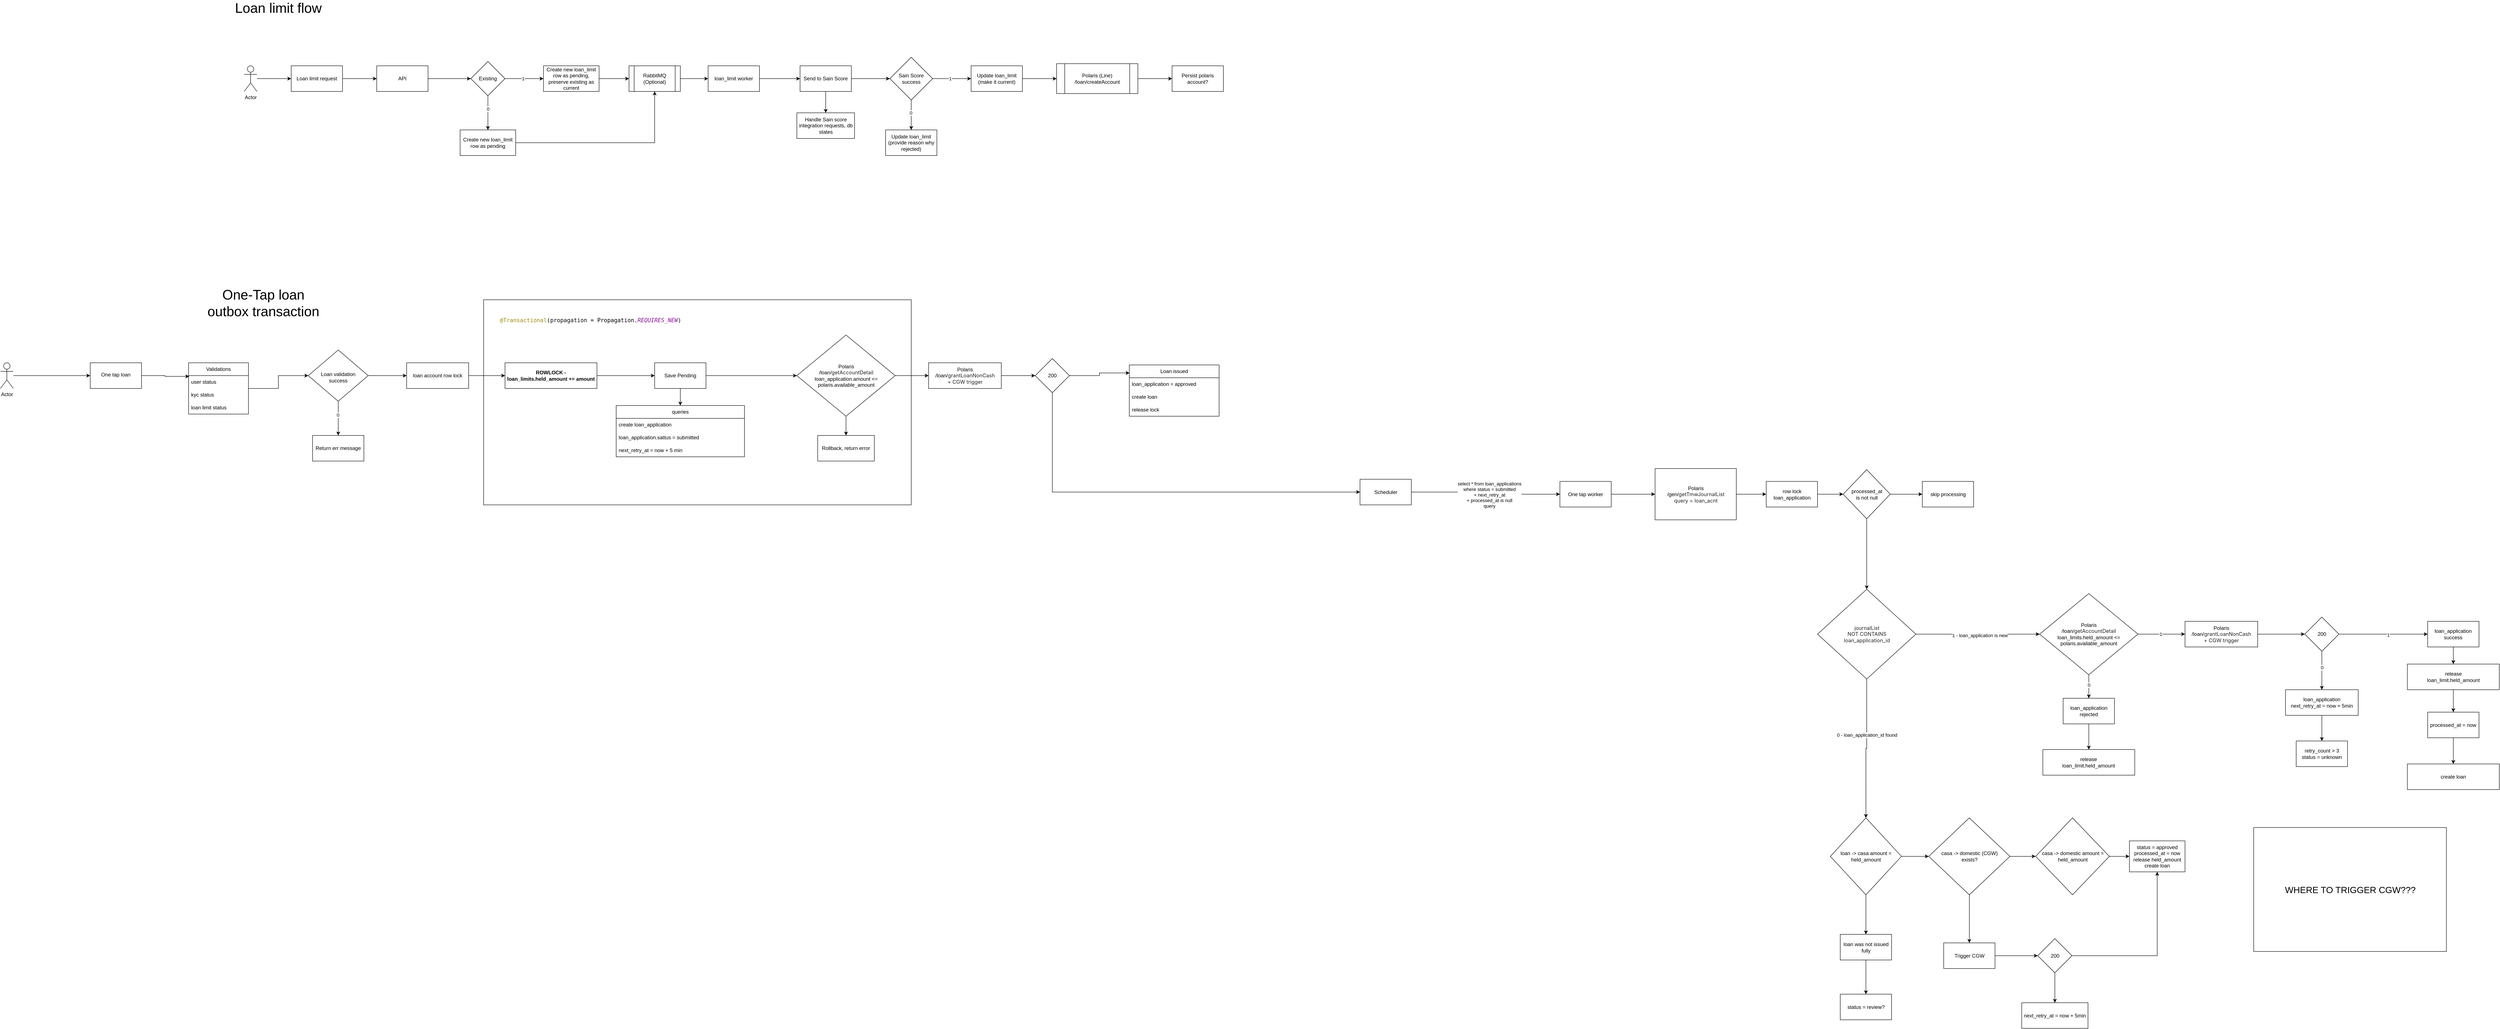
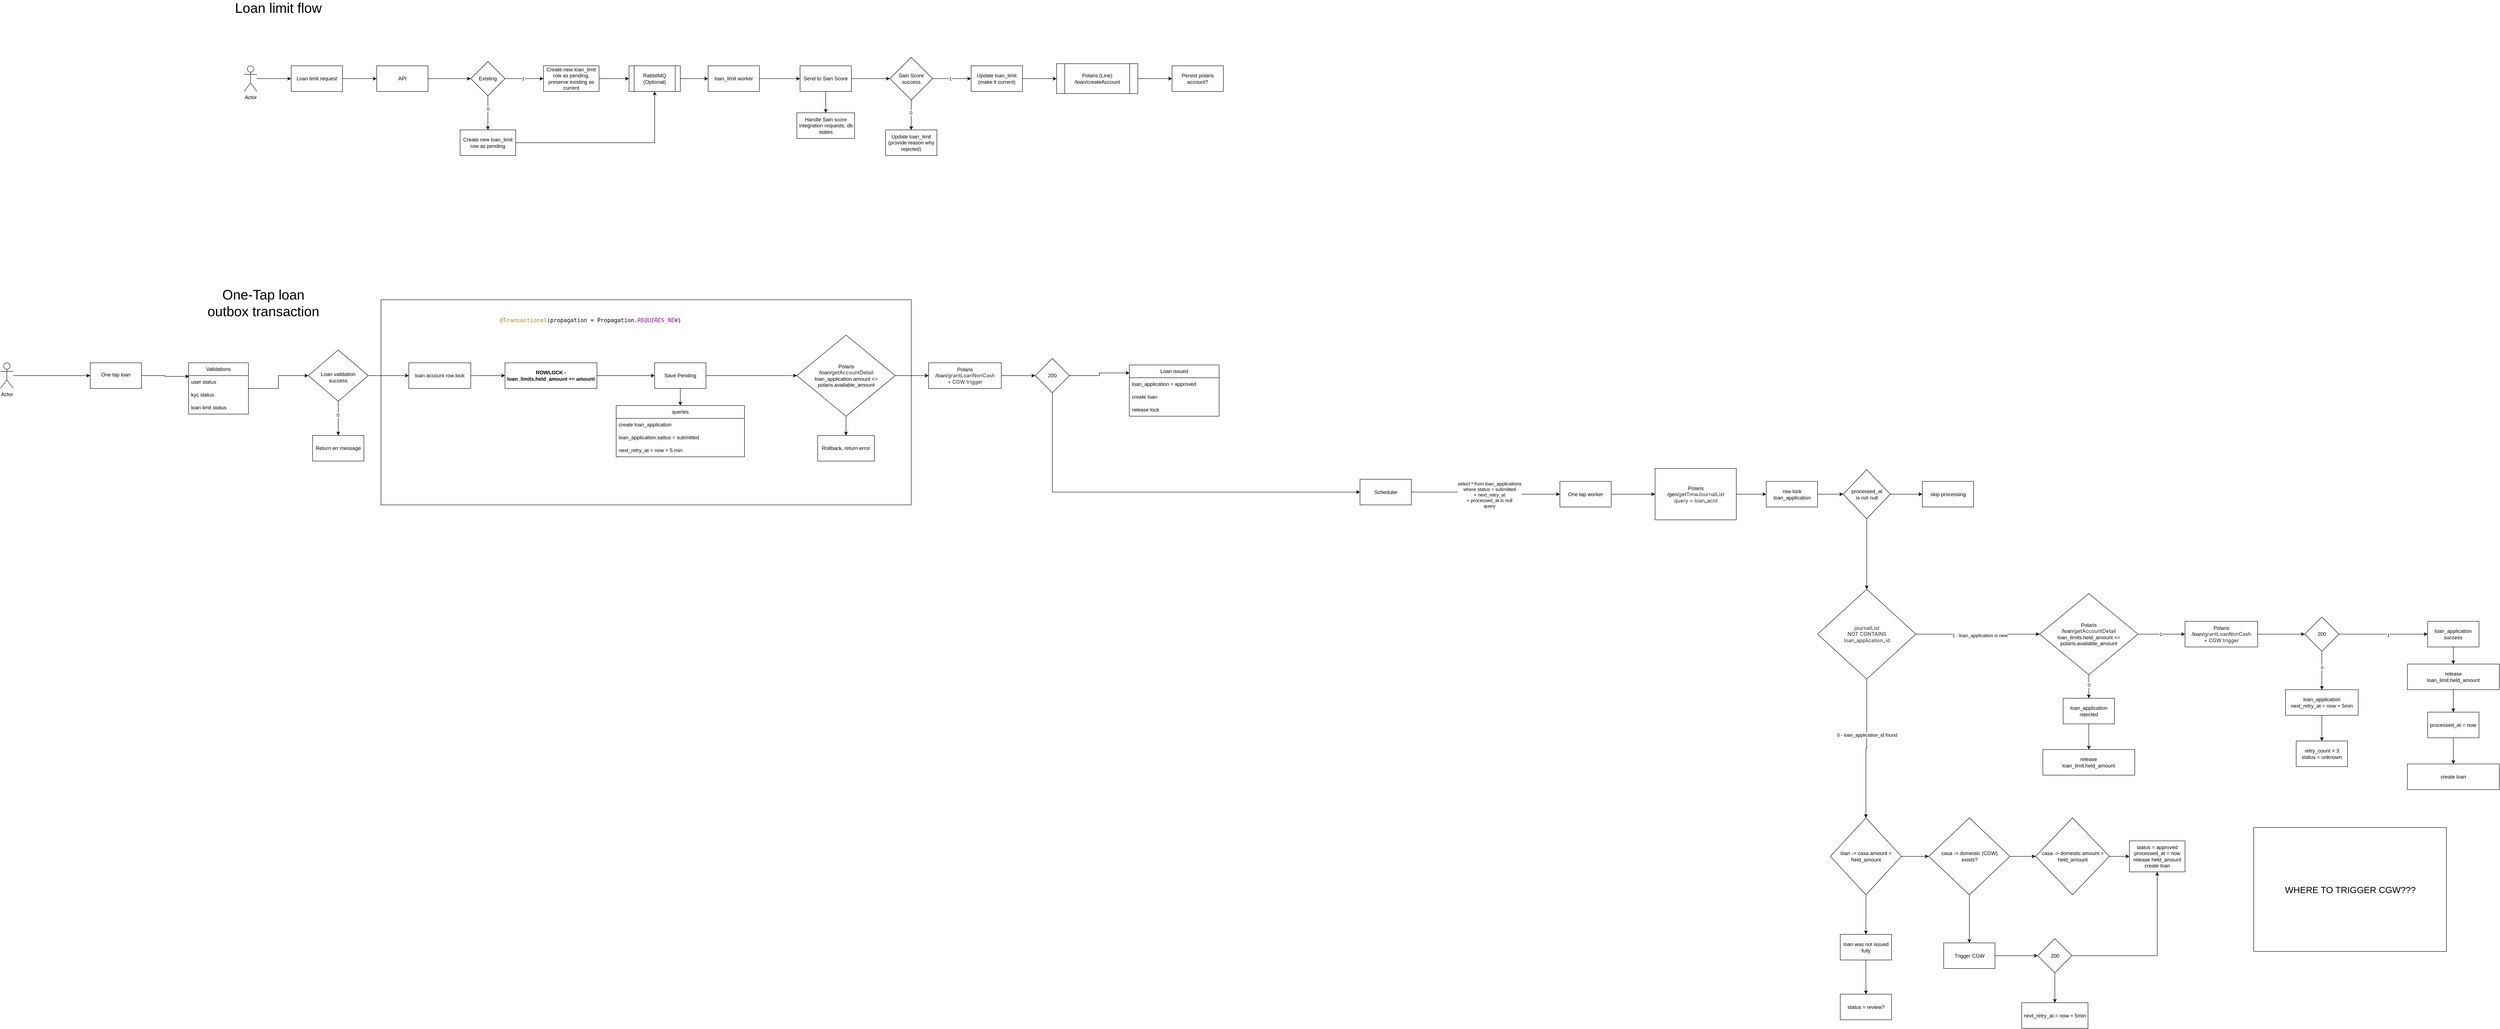
<mxfile host="app.diagrams.net">
  <diagram name="Page-1" id="VCBSuIh8bz7kurrQ0Zaz">
    <mxGraphModel dx="2259" dy="824" grid="1" gridSize="10" guides="1" tooltips="1" connect="1" arrows="1" fold="1" page="1" pageScale="1" pageWidth="850" pageHeight="1100" math="0" shadow="0">
      <root>
        <mxCell id="0" />
        <mxCell id="1" parent="0" />
        <mxCell id="In8fDh9ZLN2M87an2Miy-172" parent="1" style="rounded=0;whiteSpace=wrap;html=1;" value="" vertex="1">
-           <mxGeometry height="480" width="1000" x="600" y="757.5" as="geometry" />
+           <mxGeometry height="480" width="1240" x="360" y="757.5" as="geometry" />
        </mxCell>
        <mxCell id="KqixbsF9o6dLofBvsG9t-5" edge="1" parent="1" source="KqixbsF9o6dLofBvsG9t-1" style="edgeStyle=orthogonalEdgeStyle;rounded=0;orthogonalLoop=1;jettySize=auto;html=1;" target="KqixbsF9o6dLofBvsG9t-4" value="">
          <mxGeometry relative="1" as="geometry" />
        </mxCell>
        <mxCell id="KqixbsF9o6dLofBvsG9t-1" parent="1" style="rounded=0;whiteSpace=wrap;html=1;" value="Loan limit request" vertex="1">
          <mxGeometry height="60" width="120" x="150" y="210" as="geometry" />
        </mxCell>
        <mxCell id="KqixbsF9o6dLofBvsG9t-3" edge="1" parent="1" source="KqixbsF9o6dLofBvsG9t-2" style="edgeStyle=orthogonalEdgeStyle;rounded=0;orthogonalLoop=1;jettySize=auto;html=1;" target="KqixbsF9o6dLofBvsG9t-1" value="">
          <mxGeometry relative="1" as="geometry" />
        </mxCell>
        <mxCell id="KqixbsF9o6dLofBvsG9t-2" parent="1" style="shape=umlActor;verticalLabelPosition=bottom;verticalAlign=top;html=1;outlineConnect=0;" value="Actor" vertex="1">
          <mxGeometry height="60" width="30" x="40" y="210" as="geometry" />
        </mxCell>
        <mxCell id="KqixbsF9o6dLofBvsG9t-9" edge="1" parent="1" source="KqixbsF9o6dLofBvsG9t-4" style="edgeStyle=orthogonalEdgeStyle;rounded=0;orthogonalLoop=1;jettySize=auto;html=1;" target="KqixbsF9o6dLofBvsG9t-8" value="">
          <mxGeometry relative="1" as="geometry" />
        </mxCell>
        <mxCell id="KqixbsF9o6dLofBvsG9t-4" parent="1" style="rounded=0;whiteSpace=wrap;html=1;" value="API" vertex="1">
          <mxGeometry height="60" width="120" x="350" y="210" as="geometry" />
        </mxCell>
        <mxCell id="KqixbsF9o6dLofBvsG9t-11" edge="1" parent="1" source="KqixbsF9o6dLofBvsG9t-8" style="edgeStyle=orthogonalEdgeStyle;rounded=0;orthogonalLoop=1;jettySize=auto;html=1;" target="KqixbsF9o6dLofBvsG9t-10" value="">
          <mxGeometry relative="1" as="geometry" />
        </mxCell>
        <mxCell id="KqixbsF9o6dLofBvsG9t-12" connectable="0" parent="KqixbsF9o6dLofBvsG9t-11" style="edgeLabel;html=1;align=center;verticalAlign=middle;resizable=0;points=[];" value="1" vertex="1">
          <mxGeometry relative="1" x="-0.079" as="geometry">
            <mxPoint as="offset" />
          </mxGeometry>
        </mxCell>
        <mxCell id="KqixbsF9o6dLofBvsG9t-14" edge="1" parent="1" source="KqixbsF9o6dLofBvsG9t-8" style="edgeStyle=orthogonalEdgeStyle;rounded=0;orthogonalLoop=1;jettySize=auto;html=1;" target="KqixbsF9o6dLofBvsG9t-13" value="">
          <mxGeometry relative="1" as="geometry" />
        </mxCell>
        <mxCell id="KqixbsF9o6dLofBvsG9t-15" connectable="0" parent="KqixbsF9o6dLofBvsG9t-14" style="edgeLabel;html=1;align=center;verticalAlign=middle;resizable=0;points=[];" value="0" vertex="1">
          <mxGeometry relative="1" x="-0.2407" as="geometry">
            <mxPoint as="offset" />
          </mxGeometry>
        </mxCell>
        <mxCell id="KqixbsF9o6dLofBvsG9t-8" parent="1" style="rhombus;whiteSpace=wrap;html=1;rounded=0;" value="Existing" vertex="1">
          <mxGeometry height="80" width="80" x="570" y="200" as="geometry" />
        </mxCell>
        <mxCell id="KqixbsF9o6dLofBvsG9t-23" edge="1" parent="1" source="KqixbsF9o6dLofBvsG9t-10" style="edgeStyle=orthogonalEdgeStyle;rounded=0;orthogonalLoop=1;jettySize=auto;html=1;" target="KqixbsF9o6dLofBvsG9t-22" value="">
          <mxGeometry relative="1" as="geometry" />
        </mxCell>
        <mxCell id="KqixbsF9o6dLofBvsG9t-10" parent="1" style="whiteSpace=wrap;html=1;rounded=0;" value="Create new loan_limit row as pending, preserve existing as current" vertex="1">
          <mxGeometry height="60" width="130" x="740" y="210" as="geometry" />
        </mxCell>
        <mxCell id="KqixbsF9o6dLofBvsG9t-26" edge="1" parent="1" source="KqixbsF9o6dLofBvsG9t-13" style="edgeStyle=orthogonalEdgeStyle;rounded=0;orthogonalLoop=1;jettySize=auto;html=1;entryX=0.5;entryY=1;entryDx=0;entryDy=0;" target="KqixbsF9o6dLofBvsG9t-22">
          <mxGeometry relative="1" as="geometry" />
        </mxCell>
        <mxCell id="KqixbsF9o6dLofBvsG9t-13" parent="1" style="whiteSpace=wrap;html=1;rounded=0;" value="Create new loan_limit row as pending" vertex="1">
          <mxGeometry height="60" width="130" x="545" y="360" as="geometry" />
        </mxCell>
        <mxCell id="KqixbsF9o6dLofBvsG9t-25" edge="1" parent="1" source="KqixbsF9o6dLofBvsG9t-22" style="edgeStyle=orthogonalEdgeStyle;rounded=0;orthogonalLoop=1;jettySize=auto;html=1;" target="KqixbsF9o6dLofBvsG9t-24" value="">
          <mxGeometry relative="1" as="geometry" />
        </mxCell>
        <mxCell id="KqixbsF9o6dLofBvsG9t-22" parent="1" style="shape=process;whiteSpace=wrap;html=1;backgroundOutline=1;rounded=0;" value="RabbitMQ (Optional)" vertex="1">
          <mxGeometry height="60" width="120" x="940" y="210" as="geometry" />
        </mxCell>
        <mxCell id="KqixbsF9o6dLofBvsG9t-28" edge="1" parent="1" source="KqixbsF9o6dLofBvsG9t-24" style="edgeStyle=orthogonalEdgeStyle;rounded=0;orthogonalLoop=1;jettySize=auto;html=1;" target="KqixbsF9o6dLofBvsG9t-27" value="">
          <mxGeometry relative="1" as="geometry" />
        </mxCell>
        <mxCell id="KqixbsF9o6dLofBvsG9t-24" parent="1" style="whiteSpace=wrap;html=1;rounded=0;" value="loan_limit worker" vertex="1">
          <mxGeometry height="60" width="120" x="1125" y="210" as="geometry" />
        </mxCell>
        <mxCell id="KqixbsF9o6dLofBvsG9t-30" edge="1" parent="1" source="KqixbsF9o6dLofBvsG9t-27" style="edgeStyle=orthogonalEdgeStyle;rounded=0;orthogonalLoop=1;jettySize=auto;html=1;" target="KqixbsF9o6dLofBvsG9t-29" value="">
          <mxGeometry relative="1" as="geometry" />
        </mxCell>
        <mxCell id="KqixbsF9o6dLofBvsG9t-38" edge="1" parent="1" source="KqixbsF9o6dLofBvsG9t-27" style="edgeStyle=orthogonalEdgeStyle;rounded=0;orthogonalLoop=1;jettySize=auto;html=1;" target="KqixbsF9o6dLofBvsG9t-37" value="">
          <mxGeometry relative="1" as="geometry" />
        </mxCell>
        <mxCell id="KqixbsF9o6dLofBvsG9t-27" parent="1" style="whiteSpace=wrap;html=1;rounded=0;" value="Send to Sain Score" vertex="1">
          <mxGeometry height="60" width="120" x="1340" y="210" as="geometry" />
        </mxCell>
        <mxCell id="KqixbsF9o6dLofBvsG9t-32" edge="1" parent="1" source="KqixbsF9o6dLofBvsG9t-29" style="edgeStyle=orthogonalEdgeStyle;rounded=0;orthogonalLoop=1;jettySize=auto;html=1;" target="KqixbsF9o6dLofBvsG9t-31" value="">
          <mxGeometry relative="1" as="geometry" />
        </mxCell>
        <mxCell id="KqixbsF9o6dLofBvsG9t-33" connectable="0" parent="KqixbsF9o6dLofBvsG9t-32" style="edgeLabel;html=1;align=center;verticalAlign=middle;resizable=0;points=[];" value="1" vertex="1">
          <mxGeometry relative="1" x="-0.1048" as="geometry">
            <mxPoint as="offset" />
          </mxGeometry>
        </mxCell>
        <mxCell id="KqixbsF9o6dLofBvsG9t-35" edge="1" parent="1" source="KqixbsF9o6dLofBvsG9t-29" style="edgeStyle=orthogonalEdgeStyle;rounded=0;orthogonalLoop=1;jettySize=auto;html=1;" target="KqixbsF9o6dLofBvsG9t-34" value="">
          <mxGeometry relative="1" as="geometry" />
        </mxCell>
        <mxCell id="KqixbsF9o6dLofBvsG9t-36" connectable="0" parent="KqixbsF9o6dLofBvsG9t-35" style="edgeLabel;html=1;align=center;verticalAlign=middle;resizable=0;points=[];" value="0" vertex="1">
          <mxGeometry relative="1" x="-0.1429" y="-1" as="geometry">
            <mxPoint as="offset" />
          </mxGeometry>
        </mxCell>
        <mxCell id="KqixbsF9o6dLofBvsG9t-29" parent="1" style="rhombus;whiteSpace=wrap;html=1;rounded=0;" value="Sain Score success" vertex="1">
          <mxGeometry height="100" width="100" x="1550" y="190" as="geometry" />
        </mxCell>
        <mxCell id="KqixbsF9o6dLofBvsG9t-66" edge="1" parent="1" source="KqixbsF9o6dLofBvsG9t-31" style="edgeStyle=orthogonalEdgeStyle;rounded=0;orthogonalLoop=1;jettySize=auto;html=1;" target="KqixbsF9o6dLofBvsG9t-65" value="">
          <mxGeometry relative="1" as="geometry" />
        </mxCell>
        <mxCell id="KqixbsF9o6dLofBvsG9t-31" parent="1" style="whiteSpace=wrap;html=1;rounded=0;" value="Update loan_limit (make it current)" vertex="1">
          <mxGeometry height="60" width="120" x="1740" y="210" as="geometry" />
        </mxCell>
        <mxCell id="KqixbsF9o6dLofBvsG9t-34" parent="1" style="whiteSpace=wrap;html=1;rounded=0;" value="Update loan_limit&lt;br&gt;(provide reason why rejected)" vertex="1">
          <mxGeometry height="60" width="120" x="1540" y="360" as="geometry" />
        </mxCell>
        <mxCell id="KqixbsF9o6dLofBvsG9t-37" parent="1" style="whiteSpace=wrap;html=1;rounded=0;" value="Handle Sain score integration requests, db states" vertex="1">
          <mxGeometry height="60" width="135" x="1332.5" y="320" as="geometry" />
        </mxCell>
        <mxCell id="KqixbsF9o6dLofBvsG9t-40" parent="1" style="text;html=1;whiteSpace=wrap;strokeColor=none;fillColor=none;align=center;verticalAlign=middle;rounded=0;fontSize=32;" value="Loan limit flow" vertex="1">
          <mxGeometry height="30" width="260" x="-10" y="60" as="geometry" />
        </mxCell>
        <mxCell id="KqixbsF9o6dLofBvsG9t-74" edge="1" parent="1" source="KqixbsF9o6dLofBvsG9t-65" style="edgeStyle=orthogonalEdgeStyle;rounded=0;orthogonalLoop=1;jettySize=auto;html=1;" target="KqixbsF9o6dLofBvsG9t-73" value="">
          <mxGeometry relative="1" as="geometry" />
        </mxCell>
        <mxCell id="KqixbsF9o6dLofBvsG9t-65" parent="1" style="shape=process;whiteSpace=wrap;html=1;backgroundOutline=1;rounded=0;" value="Polaris (Line)&lt;br&gt;/loan/createAccount" vertex="1">
          <mxGeometry height="70" width="190" x="1940" y="205" as="geometry" />
        </mxCell>
        <mxCell id="KqixbsF9o6dLofBvsG9t-73" parent="1" style="whiteSpace=wrap;html=1;rounded=0;" value="Persist polaris account?" vertex="1">
          <mxGeometry height="60" width="120" x="2210" y="210" as="geometry" />
        </mxCell>
        <mxCell id="U8Ajh8Gpa-m2DNKNFQys-1" parent="1" style="text;html=1;whiteSpace=wrap;strokeColor=none;fillColor=none;align=center;verticalAlign=middle;rounded=0;fontSize=32;" value="One-Tap loan&lt;br&gt;outbox transaction" vertex="1">
          <mxGeometry height="30" width="470" x="-150" y="750" as="geometry" />
        </mxCell>
        <mxCell id="In8fDh9ZLN2M87an2Miy-1" edge="1" parent="1" source="In8fDh9ZLN2M87an2Miy-2" style="edgeStyle=orthogonalEdgeStyle;rounded=0;orthogonalLoop=1;jettySize=auto;html=1;" target="In8fDh9ZLN2M87an2Miy-4" value="">
          <mxGeometry relative="1" as="geometry" />
        </mxCell>
        <mxCell id="In8fDh9ZLN2M87an2Miy-2" parent="1" style="shape=umlActor;verticalLabelPosition=bottom;verticalAlign=top;html=1;outlineConnect=0;" value="Actor" vertex="1">
          <mxGeometry height="60" width="30" x="-530" y="905" as="geometry" />
        </mxCell>
        <mxCell id="In8fDh9ZLN2M87an2Miy-3" edge="1" parent="1" source="In8fDh9ZLN2M87an2Miy-4" style="edgeStyle=orthogonalEdgeStyle;rounded=0;orthogonalLoop=1;jettySize=auto;html=1;entryX=0.011;entryY=0.06;entryDx=0;entryDy=0;entryPerimeter=0;" target="In8fDh9ZLN2M87an2Miy-28" value="">
          <mxGeometry relative="1" as="geometry">
            <mxPoint x="-110" y="935" as="targetPoint" />
          </mxGeometry>
        </mxCell>
        <mxCell id="In8fDh9ZLN2M87an2Miy-4" parent="1" style="whiteSpace=wrap;html=1;verticalAlign=top;" value="&lt;div&gt;&lt;br&gt;&lt;/div&gt;&lt;div&gt;One tap loan&lt;/div&gt;" vertex="1">
          <mxGeometry height="60" width="120" x="-320" y="905" as="geometry" />
        </mxCell>
        <mxCell id="In8fDh9ZLN2M87an2Miy-7" edge="1" parent="1" source="In8fDh9ZLN2M87an2Miy-9" style="edgeStyle=orthogonalEdgeStyle;rounded=0;orthogonalLoop=1;jettySize=auto;html=1;" target="In8fDh9ZLN2M87an2Miy-13" value="">
          <mxGeometry relative="1" as="geometry" />
        </mxCell>
        <mxCell id="In8fDh9ZLN2M87an2Miy-8" connectable="0" parent="In8fDh9ZLN2M87an2Miy-7" style="edgeLabel;html=1;align=center;verticalAlign=middle;resizable=0;points=[];" value="0" vertex="1">
          <mxGeometry relative="1" x="-0.2091" y="-1" as="geometry">
            <mxPoint as="offset" />
          </mxGeometry>
        </mxCell>
        <mxCell id="In8fDh9ZLN2M87an2Miy-163" edge="1" parent="1" source="In8fDh9ZLN2M87an2Miy-9" style="edgeStyle=orthogonalEdgeStyle;rounded=0;orthogonalLoop=1;jettySize=auto;html=1;entryX=0;entryY=0.5;entryDx=0;entryDy=0;" target="In8fDh9ZLN2M87an2Miy-161">
          <mxGeometry relative="1" as="geometry" />
        </mxCell>
        <mxCell id="In8fDh9ZLN2M87an2Miy-9" parent="1" style="rhombus;whiteSpace=wrap;html=1;verticalAlign=top;" value="&lt;br&gt;&lt;br&gt;&lt;div&gt;&lt;br&gt;&lt;/div&gt;&lt;div&gt;Loan validation&lt;br&gt;success&lt;/div&gt;" vertex="1">
          <mxGeometry height="120" width="140" x="190" y="875" as="geometry" />
        </mxCell>
        <mxCell id="In8fDh9ZLN2M87an2Miy-10" edge="1" parent="1" source="In8fDh9ZLN2M87an2Miy-12" style="edgeStyle=orthogonalEdgeStyle;rounded=0;orthogonalLoop=1;jettySize=auto;html=1;entryX=0.5;entryY=0;entryDx=0;entryDy=0;" target="In8fDh9ZLN2M87an2Miy-14">
          <mxGeometry relative="1" as="geometry" />
        </mxCell>
        <mxCell id="In8fDh9ZLN2M87an2Miy-54" edge="1" parent="1" source="In8fDh9ZLN2M87an2Miy-105" style="edgeStyle=orthogonalEdgeStyle;rounded=0;orthogonalLoop=1;jettySize=auto;html=1;exitX=1;exitY=0.5;exitDx=0;exitDy=0;" target="In8fDh9ZLN2M87an2Miy-53" value="">
          <mxGeometry relative="1" as="geometry">
            <mxPoint x="2859.5" y="1212.5" as="sourcePoint" />
          </mxGeometry>
        </mxCell>
        <mxCell id="In8fDh9ZLN2M87an2Miy-55" connectable="0" parent="In8fDh9ZLN2M87an2Miy-54" style="edgeLabel;html=1;align=center;verticalAlign=middle;resizable=0;points=[];" value="select * from loan_applications&lt;br&gt;where status = submitted&lt;br&gt;+ next_retry_at&lt;br&gt;+ processed_at is null&lt;br&gt;query" vertex="1">
          <mxGeometry relative="1" x="0.0637" y="-1" as="geometry">
            <mxPoint as="offset" />
          </mxGeometry>
        </mxCell>
        <mxCell id="In8fDh9ZLN2M87an2Miy-173" edge="1" parent="1" source="In8fDh9ZLN2M87an2Miy-12" style="edgeStyle=orthogonalEdgeStyle;rounded=0;orthogonalLoop=1;jettySize=auto;html=1;entryX=0;entryY=0.5;entryDx=0;entryDy=0;" target="In8fDh9ZLN2M87an2Miy-152">
          <mxGeometry relative="1" as="geometry" />
        </mxCell>
        <mxCell id="In8fDh9ZLN2M87an2Miy-12" parent="1" style="whiteSpace=wrap;html=1;verticalAlign=middle;" value="Save Pending" vertex="1">
          <mxGeometry height="60" width="120" x="1000" y="905" as="geometry" />
        </mxCell>
        <mxCell id="In8fDh9ZLN2M87an2Miy-13" parent="1" style="whiteSpace=wrap;html=1;verticalAlign=middle;" value="Return err message" vertex="1">
          <mxGeometry height="60" width="120" x="200" y="1075" as="geometry" />
        </mxCell>
        <mxCell id="In8fDh9ZLN2M87an2Miy-14" parent="1" style="swimlane;fontStyle=0;childLayout=stackLayout;horizontal=1;startSize=30;horizontalStack=0;resizeParent=1;resizeParentMax=0;resizeLast=0;collapsible=1;marginBottom=0;whiteSpace=wrap;html=1;" value="queries" vertex="1">
          <mxGeometry height="120" width="300" x="910" y="1005" as="geometry" />
        </mxCell>
        <mxCell id="In8fDh9ZLN2M87an2Miy-15" parent="In8fDh9ZLN2M87an2Miy-14" style="text;strokeColor=none;fillColor=none;align=left;verticalAlign=middle;spacingLeft=4;spacingRight=4;overflow=hidden;points=[[0,0.5],[1,0.5]];portConstraint=eastwest;rotatable=0;whiteSpace=wrap;html=1;" value="create loan_application" vertex="1">
          <mxGeometry height="30" width="300" y="30" as="geometry" />
        </mxCell>
        <mxCell id="In8fDh9ZLN2M87an2Miy-104" parent="In8fDh9ZLN2M87an2Miy-14" style="text;strokeColor=none;fillColor=none;align=left;verticalAlign=middle;spacingLeft=4;spacingRight=4;overflow=hidden;points=[[0,0.5],[1,0.5]];portConstraint=eastwest;rotatable=0;whiteSpace=wrap;html=1;" value="loan_application.sattus = submitted" vertex="1">
          <mxGeometry height="30" width="300" y="60" as="geometry" />
        </mxCell>
        <mxCell id="In8fDh9ZLN2M87an2Miy-17" parent="In8fDh9ZLN2M87an2Miy-14" style="text;strokeColor=none;fillColor=none;align=left;verticalAlign=middle;spacingLeft=4;spacingRight=4;overflow=hidden;points=[[0,0.5],[1,0.5]];portConstraint=eastwest;rotatable=0;whiteSpace=wrap;html=1;" value="next_retry_at = now + 5 min" vertex="1">
          <mxGeometry height="30" width="300" y="90" as="geometry" />
        </mxCell>
        <mxCell id="In8fDh9ZLN2M87an2Miy-32" edge="1" parent="1" source="In8fDh9ZLN2M87an2Miy-27" style="edgeStyle=orthogonalEdgeStyle;rounded=0;orthogonalLoop=1;jettySize=auto;html=1;entryX=0;entryY=0.5;entryDx=0;entryDy=0;" target="In8fDh9ZLN2M87an2Miy-9">
          <mxGeometry relative="1" as="geometry" />
        </mxCell>
        <mxCell id="In8fDh9ZLN2M87an2Miy-27" parent="1" style="swimlane;fontStyle=0;childLayout=stackLayout;horizontal=1;startSize=30;horizontalStack=0;resizeParent=1;resizeParentMax=0;resizeLast=0;collapsible=1;marginBottom=0;whiteSpace=wrap;html=1;" value="Validations" vertex="1">
          <mxGeometry height="120" width="140" x="-90" y="905" as="geometry" />
        </mxCell>
        <mxCell id="In8fDh9ZLN2M87an2Miy-28" parent="In8fDh9ZLN2M87an2Miy-27" style="text;strokeColor=none;fillColor=none;align=left;verticalAlign=middle;spacingLeft=4;spacingRight=4;overflow=hidden;points=[[0,0.5],[1,0.5]];portConstraint=eastwest;rotatable=0;whiteSpace=wrap;html=1;" value="user status" vertex="1">
          <mxGeometry height="30" width="140" y="30" as="geometry" />
        </mxCell>
        <mxCell id="In8fDh9ZLN2M87an2Miy-29" parent="In8fDh9ZLN2M87an2Miy-27" style="text;strokeColor=none;fillColor=none;align=left;verticalAlign=middle;spacingLeft=4;spacingRight=4;overflow=hidden;points=[[0,0.5],[1,0.5]];portConstraint=eastwest;rotatable=0;whiteSpace=wrap;html=1;" value="kyc status" vertex="1">
          <mxGeometry height="30" width="140" y="60" as="geometry" />
        </mxCell>
        <mxCell id="In8fDh9ZLN2M87an2Miy-33" parent="In8fDh9ZLN2M87an2Miy-27" style="text;strokeColor=none;fillColor=none;align=left;verticalAlign=middle;spacingLeft=4;spacingRight=4;overflow=hidden;points=[[0,0.5],[1,0.5]];portConstraint=eastwest;rotatable=0;whiteSpace=wrap;html=1;" value="loan limit status" vertex="1">
          <mxGeometry height="30" width="140" y="90" as="geometry" />
        </mxCell>
        <mxCell id="In8fDh9ZLN2M87an2Miy-116" edge="1" parent="1" source="In8fDh9ZLN2M87an2Miy-53" style="edgeStyle=orthogonalEdgeStyle;rounded=0;orthogonalLoop=1;jettySize=auto;html=1;entryX=0;entryY=0.5;entryDx=0;entryDy=0;" target="In8fDh9ZLN2M87an2Miy-68">
          <mxGeometry relative="1" as="geometry" />
        </mxCell>
        <mxCell id="In8fDh9ZLN2M87an2Miy-53" parent="1" style="whiteSpace=wrap;html=1;" value="One tap worker" vertex="1">
          <mxGeometry height="60" width="120" x="3117" y="1182.5" as="geometry" />
        </mxCell>
        <mxCell id="In8fDh9ZLN2M87an2Miy-67" edge="1" parent="1" source="In8fDh9ZLN2M87an2Miy-58" style="edgeStyle=orthogonalEdgeStyle;rounded=0;orthogonalLoop=1;jettySize=auto;html=1;entryX=0;entryY=0.5;entryDx=0;entryDy=0;" target="In8fDh9ZLN2M87an2Miy-66" value="">
          <mxGeometry relative="1" as="geometry">
            <mxPoint x="4873.87" y="1540" as="targetPoint" />
          </mxGeometry>
        </mxCell>
        <mxCell id="In8fDh9ZLN2M87an2Miy-58" parent="1" style="whiteSpace=wrap;html=1;" value="Polaris /loan/&lt;span style=&quot;color: rgb(33, 33, 33); font-family: Inter, system-ui, -apple-system, &amp;quot;system-ui&amp;quot;, &amp;quot;Segoe UI&amp;quot;, Roboto, Oxygen, Ubuntu, Cantarell, &amp;quot;Fira Sans&amp;quot;, &amp;quot;Droid Sans&amp;quot;, Helvetica, Arial, sans-serif; text-align: left; white-space: pre-wrap; background-color: rgb(255, 255, 255);&quot;&gt;grantLoanNonCash&lt;br/&gt;+ CGW trigger&lt;/span&gt;" vertex="1">
          <mxGeometry height="60" width="170" x="4578.87" y="1510" as="geometry" />
        </mxCell>
        <mxCell id="In8fDh9ZLN2M87an2Miy-62" edge="1" parent="1" source="In8fDh9ZLN2M87an2Miy-59" style="edgeStyle=orthogonalEdgeStyle;rounded=0;orthogonalLoop=1;jettySize=auto;html=1;" target="In8fDh9ZLN2M87an2Miy-61" value="">
          <mxGeometry relative="1" as="geometry" />
        </mxCell>
        <mxCell id="In8fDh9ZLN2M87an2Miy-91" connectable="0" parent="In8fDh9ZLN2M87an2Miy-62" style="edgeLabel;html=1;align=center;verticalAlign=middle;resizable=0;points=[];" value="0" vertex="1">
          <mxGeometry relative="1" x="-0.1431" as="geometry">
            <mxPoint as="offset" />
          </mxGeometry>
        </mxCell>
        <mxCell id="In8fDh9ZLN2M87an2Miy-65" edge="1" parent="1" source="In8fDh9ZLN2M87an2Miy-59" style="edgeStyle=orthogonalEdgeStyle;rounded=0;orthogonalLoop=1;jettySize=auto;html=1;" target="In8fDh9ZLN2M87an2Miy-58">
          <mxGeometry relative="1" as="geometry" />
        </mxCell>
        <mxCell id="In8fDh9ZLN2M87an2Miy-90" connectable="0" parent="In8fDh9ZLN2M87an2Miy-65" style="edgeLabel;html=1;align=center;verticalAlign=middle;resizable=0;points=[];" value="1" vertex="1">
          <mxGeometry relative="1" x="-0.0451" as="geometry">
            <mxPoint as="offset" />
          </mxGeometry>
        </mxCell>
        <mxCell id="In8fDh9ZLN2M87an2Miy-59" parent="1" style="rhombus;whiteSpace=wrap;html=1;" value="Polaris&lt;br&gt;/loan/&lt;span style=&quot;color: rgb(33, 33, 33); font-family: Inter, system-ui, -apple-system, &amp;quot;system-ui&amp;quot;, &amp;quot;Segoe UI&amp;quot;, Roboto, Oxygen, Ubuntu, Cantarell, &amp;quot;Fira Sans&amp;quot;, &amp;quot;Droid Sans&amp;quot;, Helvetica, Arial, sans-serif; text-align: left; white-space: pre-wrap; background-color: rgb(255, 255, 255);&quot;&gt;getAccountDetail&lt;/span&gt;&lt;br&gt;loan_limits.held_amount &amp;lt;= polaris.available_amount" vertex="1">
          <mxGeometry height="190" width="230" x="4238.87" y="1445" as="geometry" />
        </mxCell>
        <mxCell id="In8fDh9ZLN2M87an2Miy-64" edge="1" parent="1" source="In8fDh9ZLN2M87an2Miy-61" style="edgeStyle=orthogonalEdgeStyle;rounded=0;orthogonalLoop=1;jettySize=auto;html=1;" target="In8fDh9ZLN2M87an2Miy-63" value="">
          <mxGeometry relative="1" as="geometry" />
        </mxCell>
        <mxCell id="In8fDh9ZLN2M87an2Miy-61" parent="1" style="whiteSpace=wrap;html=1;" value="loan_application&lt;br&gt;rejected" vertex="1">
          <mxGeometry height="60" width="120" x="4293.87" y="1690" as="geometry" />
        </mxCell>
        <mxCell id="In8fDh9ZLN2M87an2Miy-63" parent="1" style="whiteSpace=wrap;html=1;" value="release &lt;br&gt;loan_limit.held_amount" vertex="1">
          <mxGeometry height="60" width="215" x="4246.37" y="1810" as="geometry" />
        </mxCell>
        <mxCell id="In8fDh9ZLN2M87an2Miy-81" edge="1" parent="1" source="In8fDh9ZLN2M87an2Miy-66" style="edgeStyle=orthogonalEdgeStyle;rounded=0;orthogonalLoop=1;jettySize=auto;html=1;entryX=0;entryY=0.5;entryDx=0;entryDy=0;" target="In8fDh9ZLN2M87an2Miy-79">
          <mxGeometry relative="1" as="geometry" />
        </mxCell>
        <mxCell id="In8fDh9ZLN2M87an2Miy-92" connectable="0" parent="In8fDh9ZLN2M87an2Miy-81" style="edgeLabel;html=1;align=center;verticalAlign=middle;resizable=0;points=[];" value="1" vertex="1">
          <mxGeometry relative="1" x="0.1055" y="-2" as="geometry">
            <mxPoint as="offset" />
          </mxGeometry>
        </mxCell>
        <mxCell id="In8fDh9ZLN2M87an2Miy-83" edge="1" parent="1" source="In8fDh9ZLN2M87an2Miy-66" style="edgeStyle=orthogonalEdgeStyle;rounded=0;orthogonalLoop=1;jettySize=auto;html=1;" target="In8fDh9ZLN2M87an2Miy-82" value="">
          <mxGeometry relative="1" as="geometry" />
        </mxCell>
        <mxCell id="In8fDh9ZLN2M87an2Miy-93" connectable="0" parent="In8fDh9ZLN2M87an2Miy-83" style="edgeLabel;html=1;align=center;verticalAlign=middle;resizable=0;points=[];" value="0" vertex="1">
          <mxGeometry relative="1" x="-0.1623" as="geometry">
            <mxPoint as="offset" />
          </mxGeometry>
        </mxCell>
        <mxCell id="In8fDh9ZLN2M87an2Miy-66" parent="1" style="rhombus;whiteSpace=wrap;html=1;" value="200" vertex="1">
          <mxGeometry height="80" width="80" x="4858.87" y="1500" as="geometry" />
        </mxCell>
        <mxCell id="In8fDh9ZLN2M87an2Miy-119" edge="1" parent="1" source="In8fDh9ZLN2M87an2Miy-68" style="edgeStyle=orthogonalEdgeStyle;rounded=0;orthogonalLoop=1;jettySize=auto;html=1;" target="In8fDh9ZLN2M87an2Miy-118" value="">
          <mxGeometry relative="1" as="geometry" />
        </mxCell>
        <mxCell id="In8fDh9ZLN2M87an2Miy-68" parent="1" style="whiteSpace=wrap;html=1;" value="Polaris&lt;br&gt;/gen/&lt;span style=&quot;white-space: pre-wrap; color: rgb(33, 33, 33); font-family: Inter, system-ui, -apple-system, &amp;quot;system-ui&amp;quot;, &amp;quot;Segoe UI&amp;quot;, Roboto, Oxygen, Ubuntu, Cantarell, &amp;quot;Fira Sans&amp;quot;, &amp;quot;Droid Sans&amp;quot;, Helvetica, Arial, sans-serif; text-align: left; background-color: rgb(255, 255, 255);&quot;&gt;getTmwJournalList&lt;br&gt;query = loan_acnt&lt;/span&gt;" vertex="1">
          <mxGeometry height="120" width="190" x="3339.5" y="1152.5" as="geometry" />
        </mxCell>
        <mxCell id="In8fDh9ZLN2M87an2Miy-71" edge="1" parent="1" source="In8fDh9ZLN2M87an2Miy-69" style="edgeStyle=orthogonalEdgeStyle;rounded=0;orthogonalLoop=1;jettySize=auto;html=1;entryX=0;entryY=0.5;entryDx=0;entryDy=0;" target="In8fDh9ZLN2M87an2Miy-59">
          <mxGeometry relative="1" as="geometry" />
        </mxCell>
        <mxCell id="In8fDh9ZLN2M87an2Miy-77" connectable="0" parent="In8fDh9ZLN2M87an2Miy-71" style="edgeLabel;html=1;align=center;verticalAlign=middle;resizable=0;points=[];" value="1 - loan_application is new" vertex="1">
          <mxGeometry relative="1" x="0.0312" y="-3" as="geometry">
            <mxPoint as="offset" />
          </mxGeometry>
        </mxCell>
        <mxCell id="In8fDh9ZLN2M87an2Miy-73" edge="1" parent="1" source="In8fDh9ZLN2M87an2Miy-69" style="edgeStyle=orthogonalEdgeStyle;rounded=0;orthogonalLoop=1;jettySize=auto;html=1;entryX=0.5;entryY=0;entryDx=0;entryDy=0;" target="In8fDh9ZLN2M87an2Miy-111" value="">
          <mxGeometry relative="1" as="geometry">
            <mxPoint x="3833.87" y="1740" as="targetPoint" />
          </mxGeometry>
        </mxCell>
        <mxCell id="In8fDh9ZLN2M87an2Miy-74" connectable="0" parent="In8fDh9ZLN2M87an2Miy-73" style="edgeLabel;html=1;align=center;verticalAlign=middle;resizable=0;points=[];" value="0 - loan_application_id found" vertex="1">
          <mxGeometry relative="1" x="-0.1975" as="geometry">
            <mxPoint as="offset" />
          </mxGeometry>
        </mxCell>
        <mxCell id="In8fDh9ZLN2M87an2Miy-69" parent="1" style="rhombus;whiteSpace=wrap;html=1;verticalAlign=middle;" value="&lt;div style=&quot;text-align: center;&quot;&gt;&lt;span style=&quot;background-color: light-dark(rgb(255, 255, 255), rgb(18, 18, 18)); color: light-dark(rgb(33, 33, 33), rgb(209, 209, 209)); font-family: Inter, system-ui, -apple-system, &amp;quot;system-ui&amp;quot;, &amp;quot;Segoe UI&amp;quot;, Roboto, Oxygen, Ubuntu, Cantarell, &amp;quot;Fira Sans&amp;quot;, &amp;quot;Droid Sans&amp;quot;, Helvetica, Arial, sans-serif; text-align: left; white-space: pre-wrap;&quot;&gt;journalList&lt;br&gt;NOT CONTAINS&lt;/span&gt;&lt;/div&gt;&lt;span style=&quot;white-space: pre-wrap; color: rgb(33, 33, 33); font-family: Inter, system-ui, -apple-system, &amp;quot;system-ui&amp;quot;, &amp;quot;Segoe UI&amp;quot;, Roboto, Oxygen, Ubuntu, Cantarell, &amp;quot;Fira Sans&amp;quot;, &amp;quot;Droid Sans&amp;quot;, Helvetica, Arial, sans-serif; text-align: left; background-color: rgb(255, 255, 255);&quot;&gt;loan_application_id&lt;/span&gt;" vertex="1">
          <mxGeometry height="210" width="230" x="3719.5" y="1435" as="geometry" />
        </mxCell>
        <mxCell id="In8fDh9ZLN2M87an2Miy-78" edge="1" parent="1" source="In8fDh9ZLN2M87an2Miy-79" style="edgeStyle=orthogonalEdgeStyle;rounded=0;orthogonalLoop=1;jettySize=auto;html=1;" target="In8fDh9ZLN2M87an2Miy-80" value="">
          <mxGeometry relative="1" as="geometry" />
        </mxCell>
        <mxCell id="In8fDh9ZLN2M87an2Miy-79" parent="1" style="whiteSpace=wrap;html=1;" value="loan_application&lt;br&gt;success" vertex="1">
          <mxGeometry height="60" width="120" x="5146.37" y="1510" as="geometry" />
        </mxCell>
        <mxCell id="In8fDh9ZLN2M87an2Miy-132" edge="1" parent="1" source="In8fDh9ZLN2M87an2Miy-80" style="edgeStyle=orthogonalEdgeStyle;rounded=0;orthogonalLoop=1;jettySize=auto;html=1;" target="In8fDh9ZLN2M87an2Miy-131" value="">
          <mxGeometry relative="1" as="geometry" />
        </mxCell>
        <mxCell id="In8fDh9ZLN2M87an2Miy-80" parent="1" style="whiteSpace=wrap;html=1;" value="release &lt;br&gt;loan_limit.held_amount" vertex="1">
          <mxGeometry height="60" width="215" x="5098.87" y="1610" as="geometry" />
        </mxCell>
        <mxCell id="In8fDh9ZLN2M87an2Miy-95" edge="1" parent="1" source="In8fDh9ZLN2M87an2Miy-82" style="edgeStyle=orthogonalEdgeStyle;rounded=0;orthogonalLoop=1;jettySize=auto;html=1;" target="In8fDh9ZLN2M87an2Miy-94" value="">
          <mxGeometry relative="1" as="geometry" />
        </mxCell>
        <mxCell id="In8fDh9ZLN2M87an2Miy-82" parent="1" style="whiteSpace=wrap;html=1;" value="loan_application&lt;br&gt;next_retry_at = now + 5min" vertex="1">
          <mxGeometry height="60" width="170" x="4813.87" y="1670" as="geometry" />
        </mxCell>
        <mxCell id="In8fDh9ZLN2M87an2Miy-88" parent="1" style="whiteSpace=wrap;html=1;" value="create loan" vertex="1">
          <mxGeometry height="60" width="215" x="5098.87" y="1843.75" as="geometry" />
        </mxCell>
        <mxCell id="In8fDh9ZLN2M87an2Miy-94" parent="1" style="whiteSpace=wrap;html=1;" value="retry_count &amp;gt; 3&lt;br&gt;status = unknown" vertex="1">
          <mxGeometry height="60" width="120" x="4838.87" y="1790" as="geometry" />
        </mxCell>
        <mxCell id="In8fDh9ZLN2M87an2Miy-105" parent="1" style="rounded=0;whiteSpace=wrap;html=1;" value="Scheduler" vertex="1">
          <mxGeometry height="60" width="120" x="2649.5" y="1177.5" as="geometry" />
        </mxCell>
        <mxCell id="In8fDh9ZLN2M87an2Miy-127" edge="1" parent="1" source="In8fDh9ZLN2M87an2Miy-111" style="edgeStyle=orthogonalEdgeStyle;rounded=0;orthogonalLoop=1;jettySize=auto;html=1;" target="In8fDh9ZLN2M87an2Miy-126" value="">
          <mxGeometry relative="1" as="geometry" />
        </mxCell>
        <mxCell id="In8fDh9ZLN2M87an2Miy-135" edge="1" parent="1" source="In8fDh9ZLN2M87an2Miy-111" style="edgeStyle=orthogonalEdgeStyle;rounded=0;orthogonalLoop=1;jettySize=auto;html=1;entryX=0;entryY=0.5;entryDx=0;entryDy=0;" target="In8fDh9ZLN2M87an2Miy-134">
          <mxGeometry relative="1" as="geometry" />
        </mxCell>
        <mxCell id="In8fDh9ZLN2M87an2Miy-111" parent="1" style="rhombus;whiteSpace=wrap;html=1;" value="loan -&amp;gt; casa amount = held_amount" vertex="1">
          <mxGeometry height="180" width="166.25" x="3749.5" y="1970" as="geometry" />
        </mxCell>
        <mxCell id="In8fDh9ZLN2M87an2Miy-113" parent="1" style="whiteSpace=wrap;html=1;" value="status = approved&lt;br&gt;processed_at = now&lt;br&gt;release held_amount&lt;br&gt;create loan" vertex="1">
          <mxGeometry height="72.5" width="130" x="4448.87" y="2023.75" as="geometry" />
        </mxCell>
        <mxCell id="In8fDh9ZLN2M87an2Miy-122" edge="1" parent="1" source="In8fDh9ZLN2M87an2Miy-118" style="edgeStyle=orthogonalEdgeStyle;rounded=0;orthogonalLoop=1;jettySize=auto;html=1;" target="In8fDh9ZLN2M87an2Miy-121" value="">
          <mxGeometry relative="1" as="geometry" />
        </mxCell>
        <mxCell id="In8fDh9ZLN2M87an2Miy-118" parent="1" style="whiteSpace=wrap;html=1;" value="row lock&lt;br&gt;loan_application" vertex="1">
          <mxGeometry height="60" width="120" x="3599.5" y="1182.5" as="geometry" />
        </mxCell>
        <mxCell id="In8fDh9ZLN2M87an2Miy-124" edge="1" parent="1" source="In8fDh9ZLN2M87an2Miy-121" style="edgeStyle=orthogonalEdgeStyle;rounded=0;orthogonalLoop=1;jettySize=auto;html=1;" target="In8fDh9ZLN2M87an2Miy-123" value="">
          <mxGeometry relative="1" as="geometry" />
        </mxCell>
        <mxCell id="In8fDh9ZLN2M87an2Miy-125" edge="1" parent="1" source="In8fDh9ZLN2M87an2Miy-121" style="edgeStyle=orthogonalEdgeStyle;rounded=0;orthogonalLoop=1;jettySize=auto;html=1;entryX=0.5;entryY=0;entryDx=0;entryDy=0;" target="In8fDh9ZLN2M87an2Miy-69">
          <mxGeometry relative="1" as="geometry" />
        </mxCell>
        <mxCell id="In8fDh9ZLN2M87an2Miy-121" parent="1" style="rhombus;whiteSpace=wrap;html=1;" value="processed_at &lt;br&gt;is not null" vertex="1">
          <mxGeometry height="115" width="110" x="3779.5" y="1155" as="geometry" />
        </mxCell>
        <mxCell id="In8fDh9ZLN2M87an2Miy-123" parent="1" style="whiteSpace=wrap;html=1;" value="skip processing" vertex="1">
          <mxGeometry height="60" width="120" x="3964.5" y="1182.5" as="geometry" />
        </mxCell>
        <mxCell id="In8fDh9ZLN2M87an2Miy-129" edge="1" parent="1" source="In8fDh9ZLN2M87an2Miy-126" style="edgeStyle=orthogonalEdgeStyle;rounded=0;orthogonalLoop=1;jettySize=auto;html=1;" target="In8fDh9ZLN2M87an2Miy-128" value="">
          <mxGeometry relative="1" as="geometry" />
        </mxCell>
        <mxCell id="In8fDh9ZLN2M87an2Miy-126" parent="1" style="whiteSpace=wrap;html=1;" value="loan was not issued fully" vertex="1">
          <mxGeometry height="60" width="120" x="3772.625" y="2242.5" as="geometry" />
        </mxCell>
        <mxCell id="In8fDh9ZLN2M87an2Miy-128" parent="1" style="whiteSpace=wrap;html=1;" value="status = review?" vertex="1">
          <mxGeometry height="60" width="120" x="3772.625" y="2382.5" as="geometry" />
        </mxCell>
        <mxCell id="In8fDh9ZLN2M87an2Miy-130" parent="1" style="rounded=0;whiteSpace=wrap;html=1;fontSize=21;" value="WHERE TO TRIGGER CGW???" vertex="1">
          <mxGeometry height="290" width="450.63" x="4739.5" y="1992.5" as="geometry" />
        </mxCell>
        <mxCell id="In8fDh9ZLN2M87an2Miy-133" edge="1" parent="1" source="In8fDh9ZLN2M87an2Miy-131" style="edgeStyle=orthogonalEdgeStyle;rounded=0;orthogonalLoop=1;jettySize=auto;html=1;" target="In8fDh9ZLN2M87an2Miy-88" value="">
          <mxGeometry relative="1" as="geometry" />
        </mxCell>
        <mxCell id="In8fDh9ZLN2M87an2Miy-131" parent="1" style="whiteSpace=wrap;html=1;" value="processed_at = now" vertex="1">
          <mxGeometry height="60" width="120" x="5146.37" y="1722.5" as="geometry" />
        </mxCell>
        <mxCell id="In8fDh9ZLN2M87an2Miy-141" edge="1" parent="1" source="In8fDh9ZLN2M87an2Miy-134" style="edgeStyle=orthogonalEdgeStyle;rounded=0;orthogonalLoop=1;jettySize=auto;html=1;entryX=0;entryY=0.5;entryDx=0;entryDy=0;" target="In8fDh9ZLN2M87an2Miy-139">
          <mxGeometry relative="1" as="geometry" />
        </mxCell>
        <mxCell id="In8fDh9ZLN2M87an2Miy-145" edge="1" parent="1" source="In8fDh9ZLN2M87an2Miy-134" style="edgeStyle=orthogonalEdgeStyle;rounded=0;orthogonalLoop=1;jettySize=auto;html=1;" target="In8fDh9ZLN2M87an2Miy-144" value="">
          <mxGeometry relative="1" as="geometry" />
        </mxCell>
        <mxCell id="In8fDh9ZLN2M87an2Miy-134" parent="1" style="rhombus;whiteSpace=wrap;html=1;" value="casa -&amp;gt; domestic (CGW)&lt;br&gt;exists?" vertex="1">
          <mxGeometry height="180" width="190" x="3979.5" y="1970" as="geometry" />
        </mxCell>
        <mxCell id="In8fDh9ZLN2M87an2Miy-142" edge="1" parent="1" source="In8fDh9ZLN2M87an2Miy-139" style="edgeStyle=orthogonalEdgeStyle;rounded=0;orthogonalLoop=1;jettySize=auto;html=1;entryX=0;entryY=0.5;entryDx=0;entryDy=0;" target="In8fDh9ZLN2M87an2Miy-113">
          <mxGeometry relative="1" as="geometry" />
        </mxCell>
        <mxCell id="In8fDh9ZLN2M87an2Miy-139" parent="1" style="rhombus;whiteSpace=wrap;html=1;" value="casa -&amp;gt; domestic amount = held_amount" vertex="1">
          <mxGeometry height="180" width="172.5" x="4229.5" y="1970" as="geometry" />
        </mxCell>
        <mxCell id="In8fDh9ZLN2M87an2Miy-147" edge="1" parent="1" source="In8fDh9ZLN2M87an2Miy-144" style="edgeStyle=orthogonalEdgeStyle;rounded=0;orthogonalLoop=1;jettySize=auto;html=1;" target="In8fDh9ZLN2M87an2Miy-146" value="">
          <mxGeometry relative="1" as="geometry" />
        </mxCell>
        <mxCell id="In8fDh9ZLN2M87an2Miy-144" parent="1" style="whiteSpace=wrap;html=1;" value="Trigger CGW" vertex="1">
          <mxGeometry height="60" width="120" x="4014.5" y="2262.5" as="geometry" />
        </mxCell>
        <mxCell id="In8fDh9ZLN2M87an2Miy-148" edge="1" parent="1" source="In8fDh9ZLN2M87an2Miy-146" style="edgeStyle=orthogonalEdgeStyle;rounded=0;orthogonalLoop=1;jettySize=auto;html=1;entryX=0.5;entryY=1;entryDx=0;entryDy=0;" target="In8fDh9ZLN2M87an2Miy-113">
          <mxGeometry relative="1" as="geometry" />
        </mxCell>
        <mxCell id="In8fDh9ZLN2M87an2Miy-150" edge="1" parent="1" source="In8fDh9ZLN2M87an2Miy-146" style="edgeStyle=orthogonalEdgeStyle;rounded=0;orthogonalLoop=1;jettySize=auto;html=1;" target="In8fDh9ZLN2M87an2Miy-149" value="">
          <mxGeometry relative="1" as="geometry" />
        </mxCell>
        <mxCell id="In8fDh9ZLN2M87an2Miy-146" parent="1" style="rhombus;whiteSpace=wrap;html=1;" value="200" vertex="1">
          <mxGeometry height="80" width="80" x="4234.5" y="2252.5" as="geometry" />
        </mxCell>
        <mxCell id="In8fDh9ZLN2M87an2Miy-149" parent="1" style="whiteSpace=wrap;html=1;" value="next_retry_at = now + 5min" vertex="1">
          <mxGeometry height="60" width="155" x="4197" y="2402.5" as="geometry" />
        </mxCell>
        <mxCell id="In8fDh9ZLN2M87an2Miy-154" edge="1" parent="1" source="In8fDh9ZLN2M87an2Miy-152" style="edgeStyle=orthogonalEdgeStyle;rounded=0;orthogonalLoop=1;jettySize=auto;html=1;entryX=0;entryY=0.5;entryDx=0;entryDy=0;" target="In8fDh9ZLN2M87an2Miy-153">
          <mxGeometry relative="1" as="geometry" />
        </mxCell>
        <mxCell id="In8fDh9ZLN2M87an2Miy-176" edge="1" parent="1" source="In8fDh9ZLN2M87an2Miy-152" style="edgeStyle=orthogonalEdgeStyle;rounded=0;orthogonalLoop=1;jettySize=auto;html=1;" target="In8fDh9ZLN2M87an2Miy-175" value="">
          <mxGeometry relative="1" as="geometry" />
        </mxCell>
        <mxCell id="In8fDh9ZLN2M87an2Miy-152" parent="1" style="rhombus;whiteSpace=wrap;html=1;" value="Polaris&lt;br&gt;/loan/&lt;span style=&quot;color: rgb(33, 33, 33); font-family: Inter, system-ui, -apple-system, &amp;quot;system-ui&amp;quot;, &amp;quot;Segoe UI&amp;quot;, Roboto, Oxygen, Ubuntu, Cantarell, &amp;quot;Fira Sans&amp;quot;, &amp;quot;Droid Sans&amp;quot;, Helvetica, Arial, sans-serif; text-align: left; white-space: pre-wrap; background-color: rgb(255, 255, 255);&quot;&gt;getAccountDetail&lt;/span&gt;&lt;br&gt;loan_application.amount &amp;lt;= polaris.available_amount" vertex="1">
          <mxGeometry height="190" width="230" x="1332.5" y="840" as="geometry" />
        </mxCell>
        <mxCell id="In8fDh9ZLN2M87an2Miy-158" edge="1" parent="1" source="In8fDh9ZLN2M87an2Miy-153" style="edgeStyle=orthogonalEdgeStyle;rounded=0;orthogonalLoop=1;jettySize=auto;html=1;entryX=0;entryY=0.5;entryDx=0;entryDy=0;" target="In8fDh9ZLN2M87an2Miy-157">
          <mxGeometry relative="1" as="geometry" />
        </mxCell>
        <mxCell id="In8fDh9ZLN2M87an2Miy-153" parent="1" style="whiteSpace=wrap;html=1;" value="Polaris /loan/&lt;span style=&quot;color: rgb(33, 33, 33); font-family: Inter, system-ui, -apple-system, &amp;quot;system-ui&amp;quot;, &amp;quot;Segoe UI&amp;quot;, Roboto, Oxygen, Ubuntu, Cantarell, &amp;quot;Fira Sans&amp;quot;, &amp;quot;Droid Sans&amp;quot;, Helvetica, Arial, sans-serif; text-align: left; white-space: pre-wrap; background-color: rgb(255, 255, 255);&quot;&gt;grantLoanNonCash&lt;br/&gt;+ CGW trigger&lt;/span&gt;" vertex="1">
          <mxGeometry height="60" width="170" x="1640.63" y="905" as="geometry" />
        </mxCell>
        <mxCell id="In8fDh9ZLN2M87an2Miy-177" edge="1" parent="1" source="In8fDh9ZLN2M87an2Miy-157" style="edgeStyle=orthogonalEdgeStyle;rounded=0;orthogonalLoop=1;jettySize=auto;html=1;entryX=0;entryY=0.5;entryDx=0;entryDy=0;" target="In8fDh9ZLN2M87an2Miy-105">
          <mxGeometry relative="1" as="geometry">
            <Array as="points">
              <mxPoint x="1930" y="1207" />
            </Array>
            <mxPoint x="2339.5" y="1207.5" as="targetPoint" />
          </mxGeometry>
        </mxCell>
        <mxCell id="In8fDh9ZLN2M87an2Miy-157" parent="1" style="rhombus;whiteSpace=wrap;html=1;" value="200" vertex="1">
          <mxGeometry height="80" width="80" x="1890" y="895" as="geometry" />
        </mxCell>
        <mxCell id="In8fDh9ZLN2M87an2Miy-164" edge="1" parent="1" source="In8fDh9ZLN2M87an2Miy-161" style="edgeStyle=orthogonalEdgeStyle;rounded=0;orthogonalLoop=1;jettySize=auto;html=1;" target="In8fDh9ZLN2M87an2Miy-162" value="">
          <mxGeometry relative="1" as="geometry" />
        </mxCell>
        <mxCell id="In8fDh9ZLN2M87an2Miy-161" parent="1" style="rounded=0;whiteSpace=wrap;html=1;" value="loan account row lock" vertex="1">
-           <mxGeometry height="60" width="145" x="420" y="905" as="geometry" />
+           <mxGeometry height="60" width="145" x="425" y="905" as="geometry" />
        </mxCell>
        <mxCell id="In8fDh9ZLN2M87an2Miy-165" edge="1" parent="1" source="In8fDh9ZLN2M87an2Miy-162" style="edgeStyle=orthogonalEdgeStyle;rounded=0;orthogonalLoop=1;jettySize=auto;html=1;" target="In8fDh9ZLN2M87an2Miy-12">
          <mxGeometry relative="1" as="geometry" />
        </mxCell>
        <mxCell id="In8fDh9ZLN2M87an2Miy-162" parent="1" style="rounded=0;whiteSpace=wrap;html=1;" value="&lt;span style=&quot;font-weight: 700; text-align: left;&quot;&gt;ROWLOCK - loan_limits.held_amount += amount&lt;/span&gt;" vertex="1">
          <mxGeometry height="60" width="215" x="650" y="905" as="geometry" />
        </mxCell>
        <mxCell id="In8fDh9ZLN2M87an2Miy-166" parent="1" style="swimlane;fontStyle=0;childLayout=stackLayout;horizontal=1;startSize=30;horizontalStack=0;resizeParent=1;resizeParentMax=0;resizeLast=0;collapsible=1;marginBottom=0;whiteSpace=wrap;html=1;" value="Loan issued" vertex="1">
          <mxGeometry height="120" width="210" x="2110" y="910" as="geometry" />
        </mxCell>
        <mxCell id="In8fDh9ZLN2M87an2Miy-167" parent="In8fDh9ZLN2M87an2Miy-166" style="text;strokeColor=none;fillColor=none;align=left;verticalAlign=middle;spacingLeft=4;spacingRight=4;overflow=hidden;points=[[0,0.5],[1,0.5]];portConstraint=eastwest;rotatable=0;whiteSpace=wrap;html=1;" value="loan_application = approved" vertex="1">
          <mxGeometry height="30" width="210" y="30" as="geometry" />
        </mxCell>
        <mxCell id="In8fDh9ZLN2M87an2Miy-168" parent="In8fDh9ZLN2M87an2Miy-166" style="text;strokeColor=none;fillColor=none;align=left;verticalAlign=middle;spacingLeft=4;spacingRight=4;overflow=hidden;points=[[0,0.5],[1,0.5]];portConstraint=eastwest;rotatable=0;whiteSpace=wrap;html=1;" value="create loan" vertex="1">
          <mxGeometry height="30" width="210" y="60" as="geometry" />
        </mxCell>
        <mxCell id="In8fDh9ZLN2M87an2Miy-169" parent="In8fDh9ZLN2M87an2Miy-166" style="text;strokeColor=none;fillColor=none;align=left;verticalAlign=middle;spacingLeft=4;spacingRight=4;overflow=hidden;points=[[0,0.5],[1,0.5]];portConstraint=eastwest;rotatable=0;whiteSpace=wrap;html=1;" value="release lock" vertex="1">
          <mxGeometry height="30" width="210" y="90" as="geometry" />
        </mxCell>
        <mxCell id="In8fDh9ZLN2M87an2Miy-170" edge="1" parent="1" source="In8fDh9ZLN2M87an2Miy-157" style="edgeStyle=orthogonalEdgeStyle;rounded=0;orthogonalLoop=1;jettySize=auto;html=1;entryX=0.003;entryY=0.156;entryDx=0;entryDy=0;entryPerimeter=0;" target="In8fDh9ZLN2M87an2Miy-166">
          <mxGeometry relative="1" as="geometry" />
        </mxCell>
        <mxCell id="In8fDh9ZLN2M87an2Miy-174" parent="1" style="text;html=1;whiteSpace=wrap;strokeColor=none;fillColor=none;align=center;verticalAlign=middle;rounded=0;" value="&lt;div style=&quot;background-color:#ffffff;color:#080808&quot;&gt;&lt;pre style=&quot;font-family:&#39;JetBrains Mono&#39;,monospace;font-size:9.8pt;&quot;&gt;&lt;span style=&quot;color:#9e880d;&quot;&gt;@Transactional&lt;/span&gt;(propagation = &lt;span style=&quot;color:#000000;&quot;&gt;Propagation&lt;/span&gt;.&lt;span style=&quot;color:#871094;font-style:italic;&quot;&gt;REQUIRES_NEW&lt;/span&gt;)&lt;/pre&gt;&lt;/div&gt;" vertex="1">
          <mxGeometry height="30" width="240" x="730" y="790" as="geometry" />
        </mxCell>
        <mxCell id="In8fDh9ZLN2M87an2Miy-175" parent="1" style="whiteSpace=wrap;html=1;" value="Rollback, return error" vertex="1">
          <mxGeometry height="60" width="132.5" x="1381.25" y="1075" as="geometry" />
        </mxCell>
      </root>
    </mxGraphModel>
  </diagram>
</mxfile>
